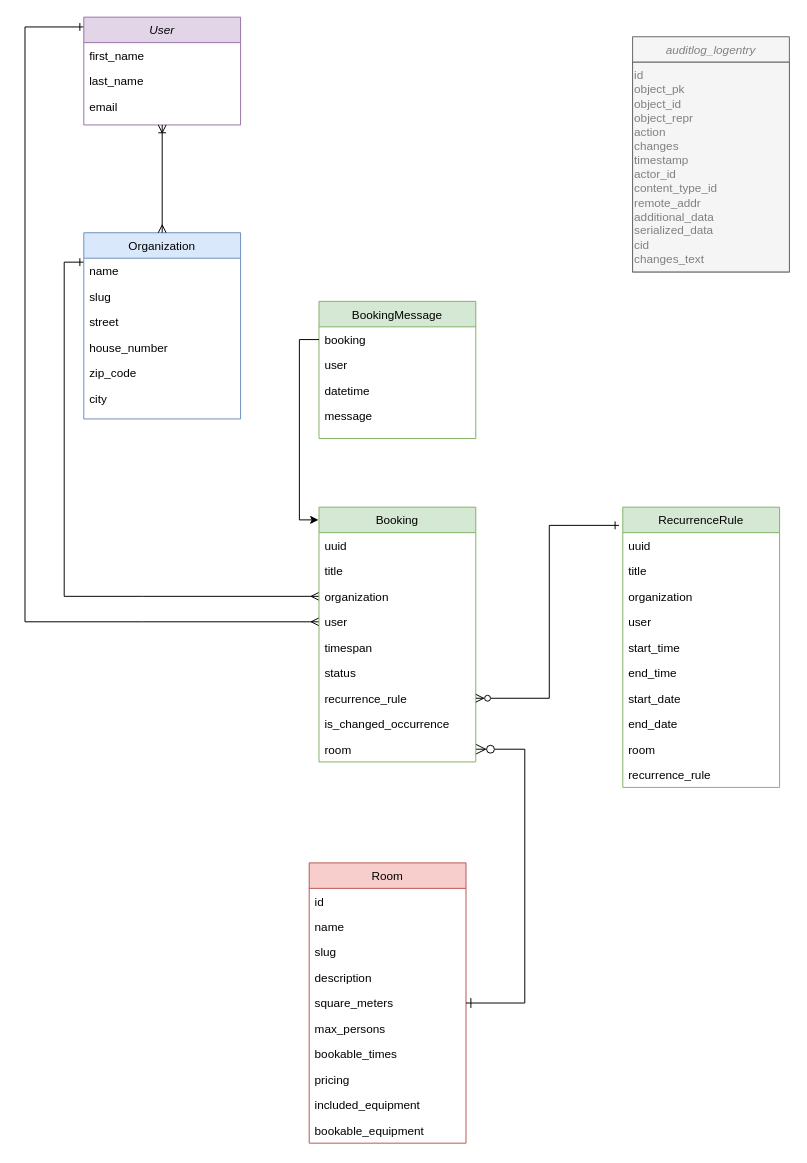
This is docs/modelling/erd-v1.1.2-reccurence_in_seperate_model_logentry.drawio from Haus-des-Engagements/re-sharing, a draw.io file, before an edit. Source tidied: cells renumbered, new cells numbered last; positions are measured from the earlier drawing's top-left corner, leaving out a move shared by most shapes. Both pictures are drawn from the tidied source at 98%, with x=0, y=0 at pixel (24, 17).
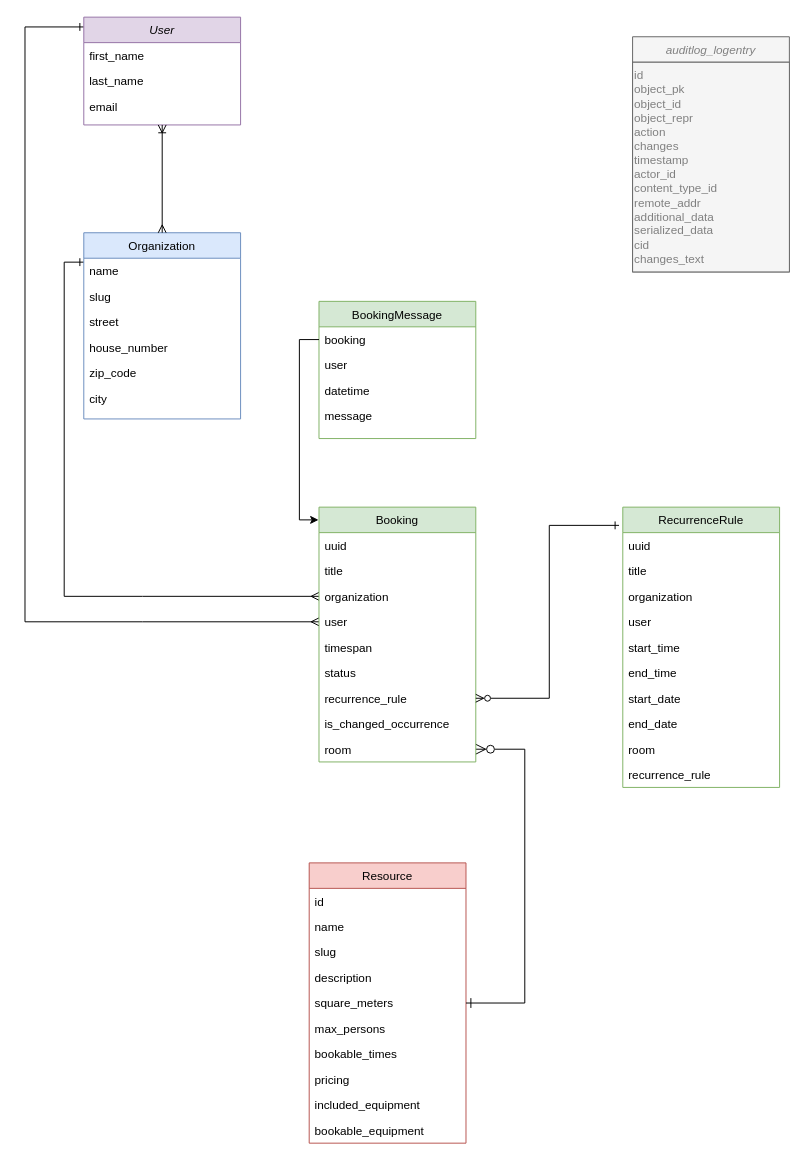
After the change.

Change to the diagram source:
```diff
@@
-    <mxCell id="15" value="Room" style="swimlane;fontStyle=0;align=center;verticalAlign=top;horizontal=1;startSize=26;rounded=0;shadow=0;strokeWidth=1;fillColor=#f8cecc;strokeColor=#b85450;" parent="1" vertex="1">
+    <mxCell id="15" value="Resource" style="swimlane;fontStyle=0;align=center;verticalAlign=top;horizontal=1;startSize=26;rounded=0;shadow=0;strokeWidth=1;fillColor=#f8cecc;strokeColor=#b85450;" parent="1" vertex="1">
       <mxGeometry x="290" y="863" width="160" height="286" as="geometry" />
     </mxCell>
```
